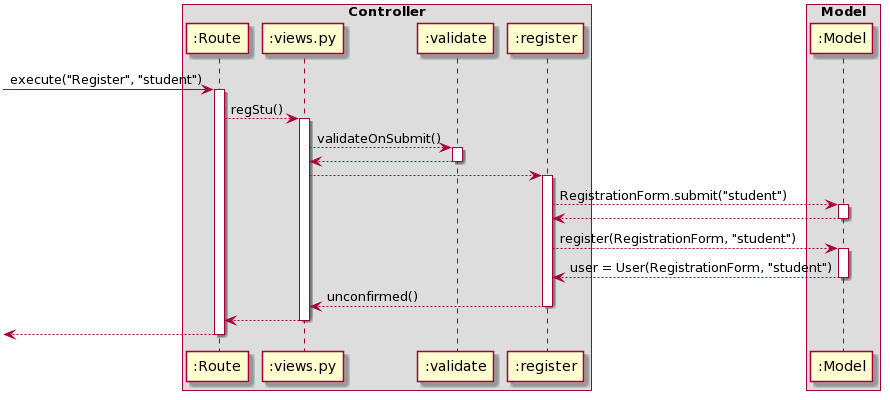
Earlier version of the PlantUML export docs/diagrams/ControllerSequence.png (Orbital-Knewbie/Knewbie).
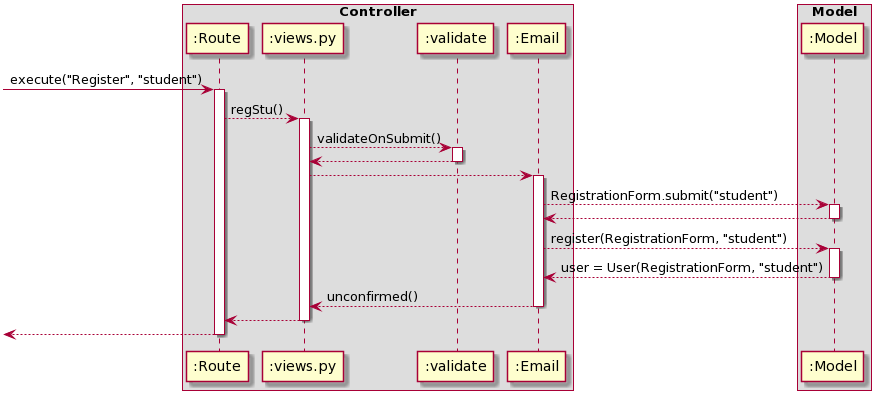
After the change.

Change to the diagram source:
```diff
@@ -3,7 +3,7 @@
 participant ":Route" as Route
 participant ":views.py" as views
 participant ":validate" as validate
-participant ":register" as register
+participant ":Email" as email
 end box
 
 box Model
@@ -22,23 +22,23 @@
 validate --> views
 deactivate validate
 
-views --> register
-activate register
+views --> email
+activate email
 
-register --> Model : RegistrationForm.submit("student")
+email --> Model : RegistrationForm.submit("student")
 activate Model
 
-Model --> register
+Model --> email
 deactivate Model
 
-register --> Model : register(RegistrationForm, "student")
+email --> Model : register(RegistrationForm, "student")
 activate Model
 
-Model --> register : user = User(RegistrationForm, "student")
+Model --> email : user = User(RegistrationForm, "student")
 deactivate Model
 
-register --> views : unconfirmed()
-deactivate register
+email --> views : unconfirmed()
+deactivate email
 
 views --> Route
 deactivate views
```
